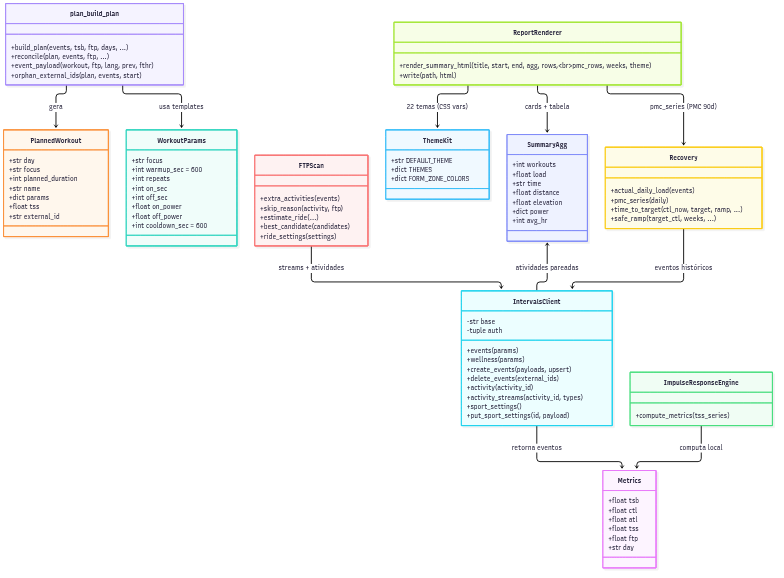
Before: docs/diagramas/classes.png, a diagram exported from Mermaid (valdelin/Hermes-coach). Its source is kept beside it as docs/diagramas/classes.mmd.
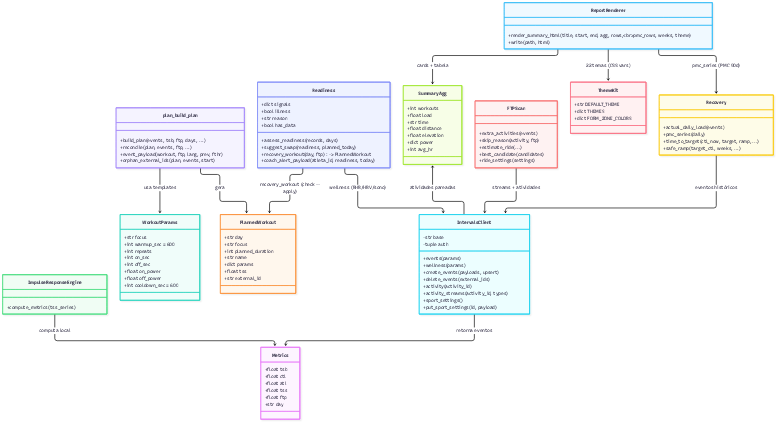
The same file after the commit.

Commit message:
docs: diagramas atualizados para v0.0.27 (check, PERIODIZATION, readiness) e PNGs regenerados

Change to the diagram source:
```diff
@@ -60,6 +60,16 @@
         +time_to_target(ctl_now, target, ramp, ...)
         +safe_ramp(target_ctl, weeks, ...)
     }
+    class Readiness {
+        +dict signals
+        +bool illness
+        +str reason
+        +bool has_data
+        +assess_readiness(records, days)
+        +suggest_swap(readiness, planned_today)
+        +recovery_workout(day, ftp) -> PlannedWorkout
+        +coach_alert_payload(atleta_id, readiness, today)
+    }
     class SummaryAgg {
         +int workouts
         +float load
@@ -85,6 +95,8 @@
     ImpulseResponseEngine --> Metrics : computa local
     FTPScan --> IntervalsClient : streams + atividades
     Recovery --> IntervalsClient : eventos históricos
+    Readiness --> IntervalsClient : wellness (RHR/HRV/sono)
+    Readiness --> PlannedWorkout : recovery_workout (check --apply)
     SummaryAgg <-- IntervalsClient : atividades pareadas
     ReportRenderer --> ThemeKit : 22 temas (CSS vars)
     ReportRenderer --> SummaryAgg : cards + tabela
```
